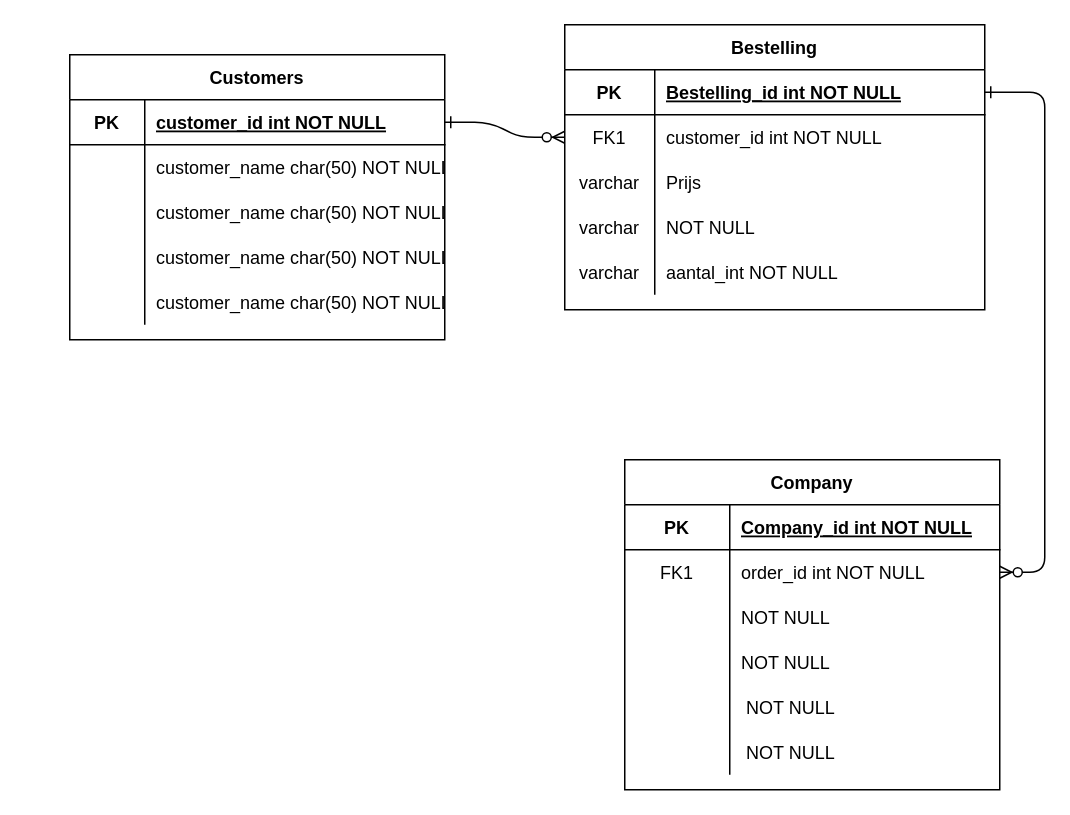
Earlier version of the draw.io diagram Untitled Diagram.drawio (edwardwarnders/hello-world). Source tidied: cells renumbered, new cells numbered last; positions are measured from the earlier drawing's top-left corner, leaving out a move shared by most shapes. Both pictures are drawn from the tidied source at 150%, with x=0, y=0 at pixel (69, 24).
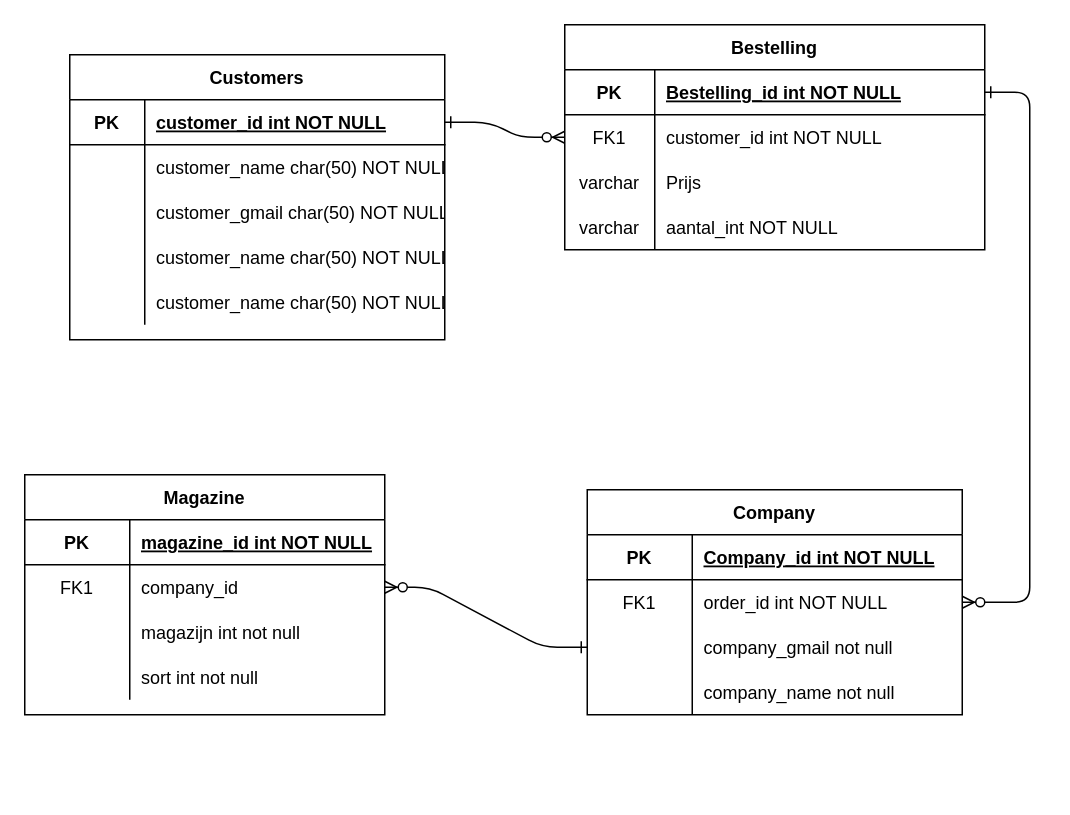
The same page after the edit.

The change refers to these unchanged cells:
```xml
<mxCell id="27" style="shape=partialRectangle;fillColor=none;points=[[0,0.5],[1,0.5]];portConstraint=eastwest;top=0;left=0;right=0;bottom=0;" parent="20" vertex="1">
  <mxGeometry y="90" width="250" height="30" as="geometry" />
</mxCell>
<mxCell id="30" style="shape=partialRectangle;fillColor=none;top=0;left=0;right=0;bottom=0;" parent="20" vertex="1">
  <mxGeometry y="120" width="250" height="30" as="geometry" />
</mxCell>
<mxCell id="46" style="shape=partialRectangle;fillColor=none;top=0;left=0;right=0;bottom=0;" parent="39" vertex="1">
  <mxGeometry y="90" width="250" height="30" as="geometry" />
</mxCell>
```

The edit, as a diff of the source:
```diff
@@
     <mxCell id="4" value="Bestelling" style="shape=table;startSize=30;childLayout=tableLayout;rowLines=0;fontStyle=1;align=center;" parent="1" vertex="1">
-      <mxGeometry x="330" width="280" height="190" as="geometry" />
+      <mxGeometry x="330" width="280" height="150" as="geometry" />
     </mxCell>
@@
-    <mxCell id="14" style="shape=partialRectangle;fillColor=none;top=0;left=0;right=0;bottom=0;" parent="4" vertex="1">
-      <mxGeometry y="120" width="280" height="30" as="geometry" />
-    </mxCell>
-    <mxCell id="15" value="varchar" style="shape=partialRectangle;overflow=hidden;fillColor=none;top=0;left=0;bottom=0;right=0;" parent="14" vertex="1">
-      <mxGeometry width="60" height="30" as="geometry" />
-    </mxCell>
-    <mxCell id="16" value="NOT NULL" style="shape=partialRectangle;overflow=hidden;fillColor=none;top=0;left=0;bottom=0;right=0;align=left;spacingLeft=6;" parent="14" vertex="1">
-      <mxGeometry x="60" width="220" height="30" as="geometry" />
-    </mxCell>
     <mxCell id="17" style="shape=partialRectangle;fillColor=none;top=0;left=0;right=0;bottom=0;" parent="4" vertex="1">
-      <mxGeometry y="150" width="280" height="30" as="geometry" />
+      <mxGeometry y="120" width="280" height="30" as="geometry" />
     </mxCell>
@@
     <mxCell id="20" value="Company" style="shape=table;startSize=30;childLayout=tableLayout;rowLines=0;fontStyle=1;align=center;" parent="1" vertex="1">
-      <mxGeometry x="370" y="290" width="250" height="220" as="geometry" />
+      <mxGeometry x="345" y="310" width="250" height="150" as="geometry" />
     </mxCell>
@@
-    <mxCell id="29" value="NOT NULL" style="shape=partialRectangle;overflow=hidden;fillColor=none;top=0;left=0;bottom=0;right=0;align=left;spacingLeft=6;" parent="27" vertex="1">
+    <mxCell id="29" value="company_gmail not null" style="shape=partialRectangle;overflow=hidden;fillColor=none;top=0;left=0;bottom=0;right=0;align=left;spacingLeft=6;" parent="27" vertex="1">
       <mxGeometry x="70" width="180" height="30" as="geometry" />
     </mxCell>
@@
-    <mxCell id="32" value="NOT NULL" style="shape=partialRectangle;overflow=hidden;fillColor=none;top=0;left=0;bottom=0;right=0;align=left;spacingLeft=6;" parent="30" vertex="1">
+    <mxCell id="32" value="company_name not null" style="shape=partialRectangle;overflow=hidden;fillColor=none;top=0;left=0;bottom=0;right=0;align=left;spacingLeft=6;" parent="30" vertex="1">
       <mxGeometry x="70" width="180" height="30" as="geometry" />
     </mxCell>
-    <mxCell id="33" style="shape=partialRectangle;fillColor=none;top=0;left=0;right=0;bottom=0;" parent="20" vertex="1">
-      <mxGeometry y="150" width="250" height="30" as="geometry" />
-    </mxCell>
-    <mxCell id="34" style="shape=partialRectangle;overflow=hidden;fillColor=none;top=0;left=0;bottom=0;right=0;" parent="33" vertex="1">
-      <mxGeometry width="70" height="30" as="geometry" />
-    </mxCell>
-    <mxCell id="35" value=" NOT NULL" style="shape=partialRectangle;overflow=hidden;fillColor=none;top=0;left=0;bottom=0;right=0;align=left;spacingLeft=6;" parent="33" vertex="1">
-      <mxGeometry x="70" width="180" height="30" as="geometry" />
-    </mxCell>
-    <mxCell id="36" style="shape=partialRectangle;fillColor=none;top=0;left=0;right=0;bottom=0;" parent="20" vertex="1">
-      <mxGeometry y="180" width="250" height="30" as="geometry" />
-    </mxCell>
-    <mxCell id="37" style="shape=partialRectangle;overflow=hidden;fillColor=none;top=0;left=0;bottom=0;right=0;" parent="36" vertex="1">
-      <mxGeometry width="70" height="30" as="geometry" />
-    </mxCell>
-    <mxCell id="38" value=" NOT NULL" style="shape=partialRectangle;overflow=hidden;fillColor=none;top=0;left=0;bottom=0;right=0;align=left;spacingLeft=6;" parent="36" vertex="1">
-      <mxGeometry x="70" width="180" height="30" as="geometry" />
-    </mxCell>
@@
-    <mxCell id="48" value="customer_name char(50) NOT NULL" style="shape=partialRectangle;overflow=hidden;fillColor=none;top=0;left=0;bottom=0;right=0;align=left;spacingLeft=6;" parent="46" vertex="1">
+    <mxCell id="48" value="customer_gmail char(50) NOT NULL" style="shape=partialRectangle;overflow=hidden;fillColor=none;top=0;left=0;bottom=0;right=0;align=left;spacingLeft=6;" parent="46" vertex="1">
       <mxGeometry x="50" width="200" height="30" as="geometry" />
     </mxCell>
@@
+    <mxCell id="55" value="Magazine" style="shape=table;startSize=30;childLayout=tableLayout;rowLines=0;fontStyle=1;align=center;" parent="1" vertex="1">
+      <mxGeometry x="-30" y="300" width="240" height="160" as="geometry" />
+    </mxCell>
+    <mxCell id="56" style="shape=partialRectangle;fillColor=none;top=0;left=0;right=0;bottom=1;" parent="55" vertex="1">
+      <mxGeometry y="30" width="240" height="30" as="geometry" />
+    </mxCell>
+    <mxCell id="57" value="PK" style="shape=partialRectangle;overflow=hidden;fillColor=none;top=0;left=0;bottom=0;right=0;fontStyle=1;" parent="56" vertex="1">
+      <mxGeometry width="70" height="30" as="geometry" />
+    </mxCell>
+    <mxCell id="58" value="magazine_id int NOT NULL " style="shape=partialRectangle;overflow=hidden;fillColor=none;top=0;left=0;bottom=0;right=0;align=left;spacingLeft=6;fontStyle=5;" parent="56" vertex="1">
+      <mxGeometry x="70" width="170" height="30" as="geometry" />
+    </mxCell>
+    <mxCell id="59" style="shape=partialRectangle;fillColor=none;points=[[0,0.5],[1,0.5]];portConstraint=eastwest;top=0;left=0;right=0;bottom=0;" parent="55" vertex="1">
+      <mxGeometry y="60" width="240" height="30" as="geometry" />
+    </mxCell>
+    <mxCell id="60" value="FK1" style="shape=partialRectangle;overflow=hidden;fillColor=none;top=0;left=0;bottom=0;right=0;" parent="59" vertex="1">
+      <mxGeometry width="70" height="30" as="geometry" />
+    </mxCell>
+    <mxCell id="61" value="company_id" style="shape=partialRectangle;overflow=hidden;fillColor=none;top=0;left=0;bottom=0;right=0;align=left;spacingLeft=6;" parent="59" vertex="1">
+      <mxGeometry x="70" width="170" height="30" as="geometry" />
+    </mxCell>
+    <mxCell id="62" style="shape=partialRectangle;fillColor=none;top=0;left=0;right=0;bottom=0;" parent="55" vertex="1">
+      <mxGeometry y="90" width="240" height="30" as="geometry" />
+    </mxCell>
+    <mxCell id="63" style="shape=partialRectangle;overflow=hidden;fillColor=none;top=0;left=0;bottom=0;right=0;" parent="62" vertex="1">
+      <mxGeometry width="70" height="30" as="geometry" />
+    </mxCell>
+    <mxCell id="64" value="magazijn int not null" style="shape=partialRectangle;overflow=hidden;fillColor=none;top=0;left=0;bottom=0;right=0;align=left;spacingLeft=6;" parent="62" vertex="1">
+      <mxGeometry x="70" width="170" height="30" as="geometry" />
+    </mxCell>
+    <mxCell id="65" style="shape=partialRectangle;fillColor=none;top=0;left=0;right=0;bottom=0;" parent="55" vertex="1">
+      <mxGeometry y="120" width="240" height="30" as="geometry" />
+    </mxCell>
+    <mxCell id="66" style="shape=partialRectangle;overflow=hidden;fillColor=none;top=0;left=0;bottom=0;right=0;" parent="65" vertex="1">
+      <mxGeometry width="70" height="30" as="geometry" />
+    </mxCell>
+    <mxCell id="67" value="sort int not null" style="shape=partialRectangle;overflow=hidden;fillColor=none;top=0;left=0;bottom=0;right=0;align=left;spacingLeft=6;" parent="65" vertex="1">
+      <mxGeometry x="70" width="170" height="30" as="geometry" />
+    </mxCell>
+    <mxCell id="68" style="edgeStyle=entityRelationEdgeStyle;endArrow=ERzeroToMany;startArrow=ERone;endFill=1;startFill=0;exitX=0;exitY=0.5;exitDx=0;exitDy=0;entryX=1;entryY=0.5;entryDx=0;entryDy=0;" parent="1" edge="1" source="27" target="59">
+      <mxGeometry relative="1" as="geometry" />
+    </mxCell>
```
